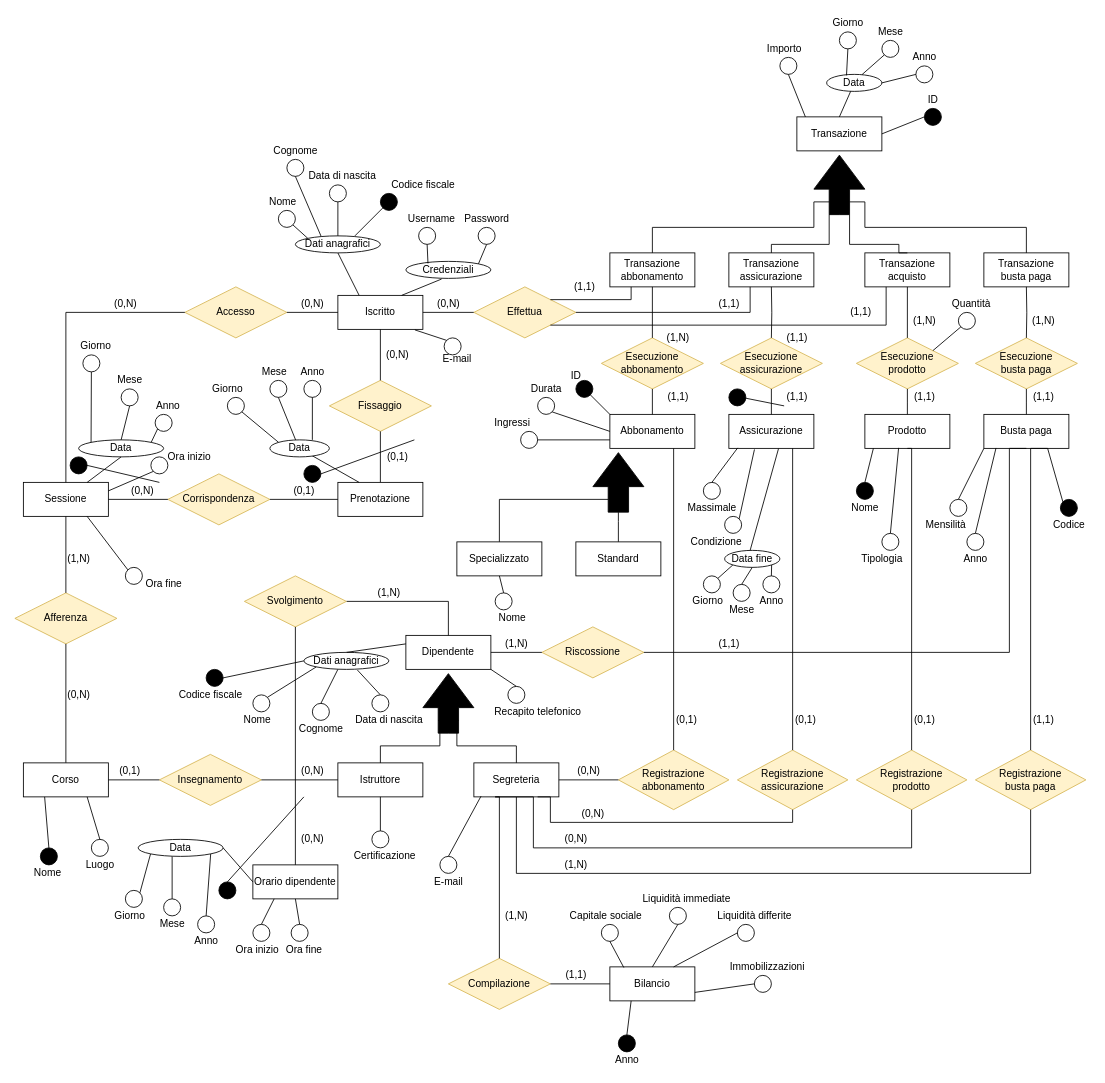
Above: ER.drawio in DavideNunin/anconarockclimb (draw.io), before the change. Source tidied: cells renumbered, new cells numbered last; positions are measured from the earlier drawing's top-left corner, leaving out a move shared by most shapes. Both pictures are drawn from the tidied source at 85%, with x=0, y=0 at pixel (14, 14).
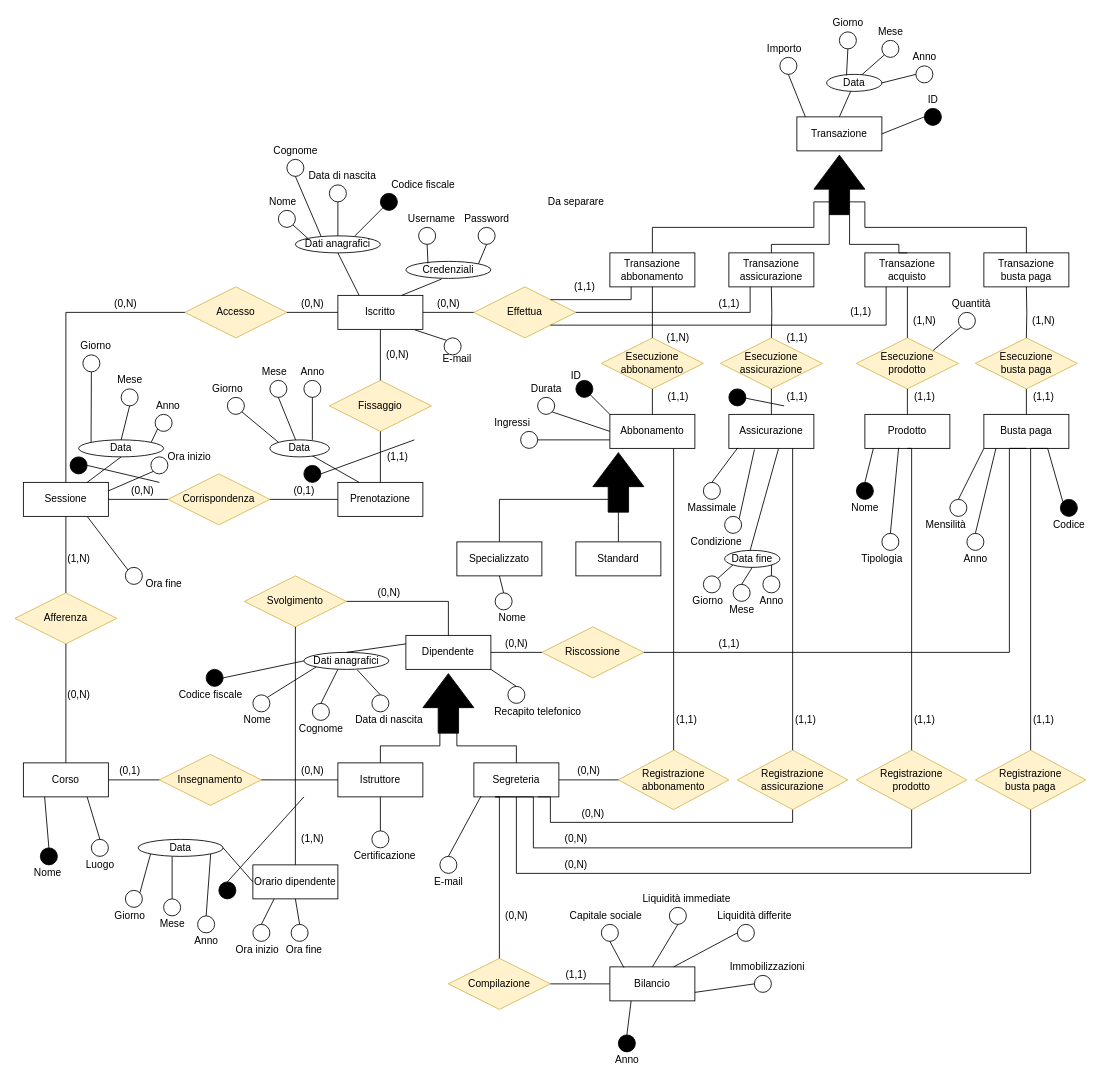
The same page after the edit.

Commit message:
modifiche fatte da chiorrini

What changed in the source:
```diff
@@
-    <mxCell id="242" value="(0,1)" style="text;html=1;align=center;verticalAlign=middle;strokeColor=none;fillColor=none;" parent="1" vertex="1">
+    <mxCell id="242" value="(1,1)" style="text;html=1;align=center;verticalAlign=middle;strokeColor=none;fillColor=none;" parent="1" vertex="1">
       <mxGeometry x="430" y="510" width="40" height="20" as="geometry" />
     </mxCell>
@@
-    <mxCell id="247" value="(0,N)" style="text;html=1;align=center;verticalAlign=middle;strokeColor=none;fillColor=none;" parent="1" vertex="1">
+    <mxCell id="247" value="(1,N)" style="text;html=1;align=center;verticalAlign=middle;strokeColor=none;fillColor=none;" parent="1" vertex="1">
       <mxGeometry x="330" y="960" width="40" height="20" as="geometry" />
     </mxCell>
-    <mxCell id="248" value="(1,N)" style="text;html=1;align=center;verticalAlign=middle;strokeColor=none;fillColor=none;" parent="1" vertex="1">
+    <mxCell id="248" value="(0,N)" style="text;html=1;align=center;verticalAlign=middle;strokeColor=none;fillColor=none;" parent="1" vertex="1">
       <mxGeometry x="420" y="670" width="40" height="20" as="geometry" />
     </mxCell>
-    <mxCell id="249" value="(1,N)" style="text;html=1;align=center;verticalAlign=middle;strokeColor=none;fillColor=none;" parent="1" vertex="1">
+    <mxCell id="249" value="(0,N)" style="text;html=1;align=center;verticalAlign=middle;strokeColor=none;fillColor=none;" parent="1" vertex="1">
       <mxGeometry x="570" y="730" width="40" height="20" as="geometry" />
     </mxCell>
@@
-    <mxCell id="254" value="(1,N)" style="text;html=1;align=center;verticalAlign=middle;strokeColor=none;fillColor=none;" parent="1" vertex="1">
+    <mxCell id="254" value="(0,N)" style="text;html=1;align=center;verticalAlign=middle;strokeColor=none;fillColor=none;" parent="1" vertex="1">
       <mxGeometry x="640" y="990" width="40" height="20" as="geometry" />
     </mxCell>
-    <mxCell id="255" value="(0,1)" style="text;html=1;align=center;verticalAlign=middle;strokeColor=none;fillColor=none;" parent="1" vertex="1">
+    <mxCell id="255" value="(1,1)" style="text;html=1;align=center;verticalAlign=middle;strokeColor=none;fillColor=none;" parent="1" vertex="1">
       <mxGeometry x="1050" y="820" width="40" height="20" as="geometry" />
     </mxCell>
-    <mxCell id="256" value="(0,1)" style="text;html=1;align=center;verticalAlign=middle;strokeColor=none;fillColor=none;" parent="1" vertex="1">
+    <mxCell id="256" value="(1,1)" style="text;html=1;align=center;verticalAlign=middle;strokeColor=none;fillColor=none;" parent="1" vertex="1">
       <mxGeometry x="770" y="820" width="40" height="20" as="geometry" />
     </mxCell>
-    <mxCell id="257" value="(0,1)" style="text;html=1;align=center;verticalAlign=middle;strokeColor=none;fillColor=none;" parent="1" vertex="1">
+    <mxCell id="257" value="(1,1)" style="text;html=1;align=center;verticalAlign=middle;strokeColor=none;fillColor=none;" parent="1" vertex="1">
       <mxGeometry x="910" y="820" width="40" height="20" as="geometry" />
     </mxCell>
@@
-    <mxCell id="259" value="(1,N)" style="text;html=1;align=center;verticalAlign=middle;strokeColor=none;fillColor=none;" parent="1" vertex="1">
+    <mxCell id="259" value="(0,N)" style="text;html=1;align=center;verticalAlign=middle;strokeColor=none;fillColor=none;" parent="1" vertex="1">
       <mxGeometry x="570" y="1050" width="40" height="20" as="geometry" />
     </mxCell>
@@
+    <mxCell id="308" value="Da separare" style="text;html=1;align=center;verticalAlign=middle;strokeColor=none;fillColor=none;" parent="1" vertex="1">
+      <mxGeometry x="620" y="210" width="80" height="20" as="geometry" />
+    </mxCell>
```
